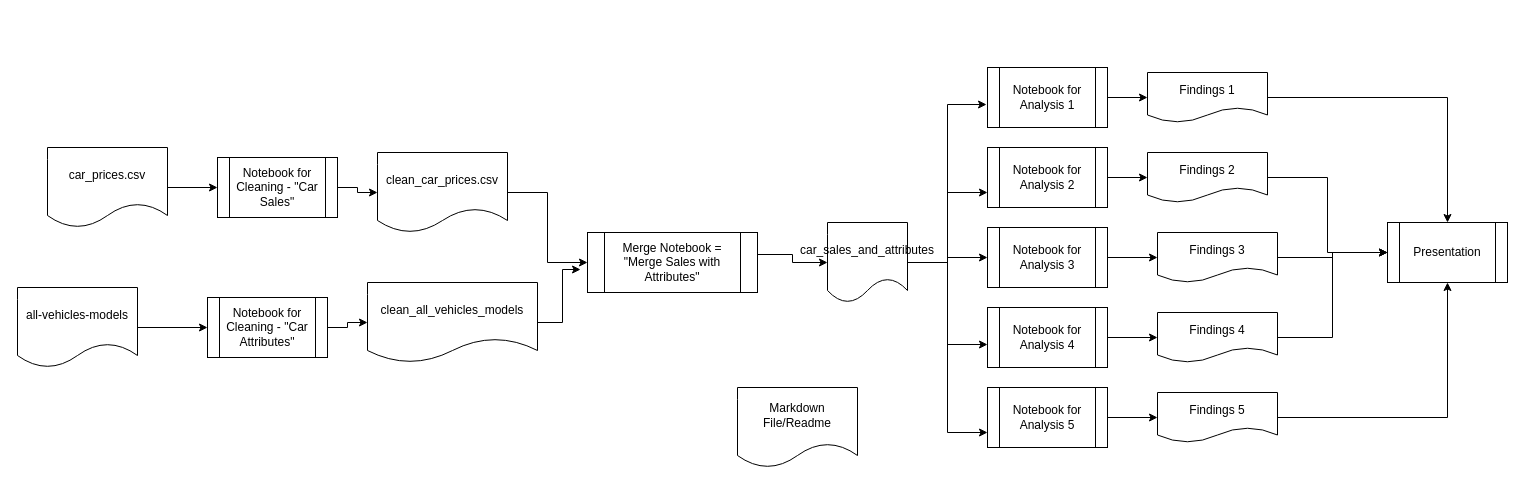
Above: page "Reporting Process" (2 of 2) of UCB project 1.drawio in jerryevalentine/UCB-Project-1 (draw.io), before the change. Source tidied: cells renumbered, new cells numbered last; positions are measured from the earlier drawing's top-left corner, leaving out a move shared by most shapes. Both pictures are drawn from the tidied source at 100%, with x=0, y=0 at pixel (17, 67).
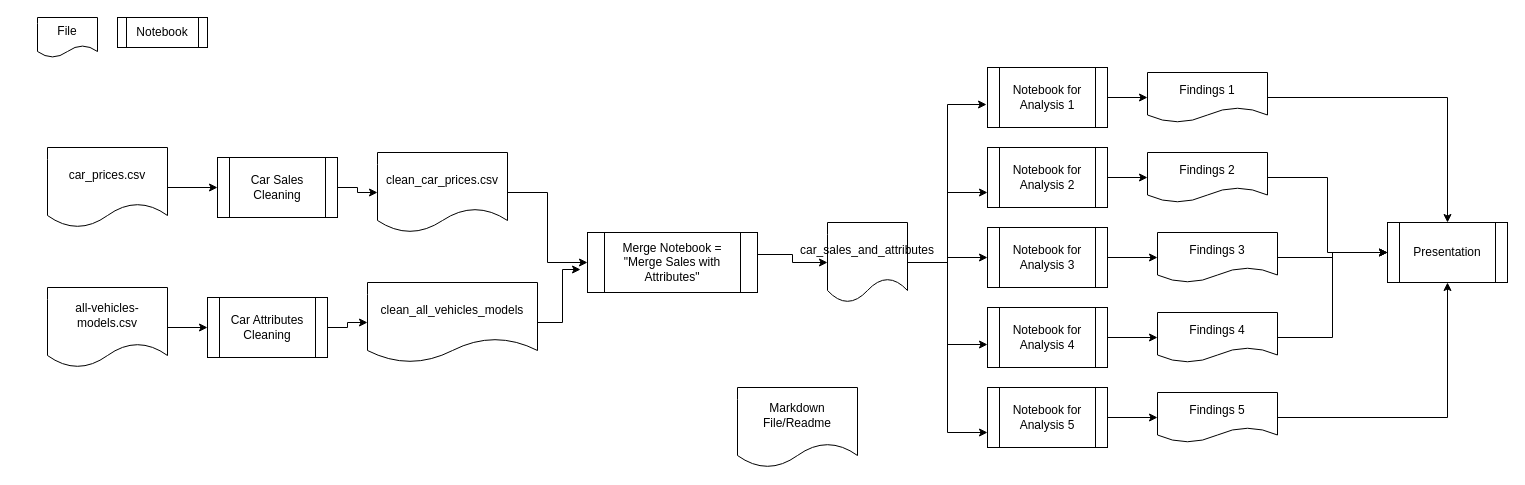
The same diagram, later.

Change to the diagram source:
```diff
@@
-    <mxCell id="5" value="all-vehicles-models" style="shape=document;whiteSpace=wrap;html=1;boundedLbl=1;" parent="1" vertex="1">
-      <mxGeometry y="220" width="120" height="80" as="geometry" />
+    <mxCell id="5" value="all-vehicles-models.csv" style="shape=document;whiteSpace=wrap;html=1;boundedLbl=1;" parent="1" vertex="1">
+      <mxGeometry x="30" y="220" width="120" height="80" as="geometry" />
     </mxCell>
@@
-    <mxCell id="7" value="Notebook for Cleaning - &quot;Car Sales&quot;" style="shape=process;whiteSpace=wrap;html=1;backgroundOutline=1;" parent="1" vertex="1">
+    <mxCell id="7" value="Car Sales Cleaning" style="shape=process;whiteSpace=wrap;html=1;backgroundOutline=1;" parent="1" vertex="1">
       <mxGeometry x="200" y="90" width="120" height="60" as="geometry" />
     </mxCell>
@@
-    <mxCell id="9" value="Notebook for Cleaning - &quot;Car Attributes&quot;" style="shape=process;whiteSpace=wrap;html=1;backgroundOutline=1;" parent="1" vertex="1">
+    <mxCell id="9" value="Car Attributes Cleaning" style="shape=process;whiteSpace=wrap;html=1;backgroundOutline=1;" parent="1" vertex="1">
       <mxGeometry x="190" y="230" width="120" height="60" as="geometry" />
     </mxCell>
@@
+    <mxCell id="44" value="File" style="shape=document;whiteSpace=wrap;html=1;boundedLbl=1;" parent="1" vertex="1">
+      <mxGeometry x="20" y="-50" width="60" height="40" as="geometry" />
+    </mxCell>
+    <mxCell id="45" value="Notebook" style="shape=process;whiteSpace=wrap;html=1;backgroundOutline=1;" parent="1" vertex="1">
+      <mxGeometry x="100" y="-50" width="90" height="30" as="geometry" />
+    </mxCell>
```
